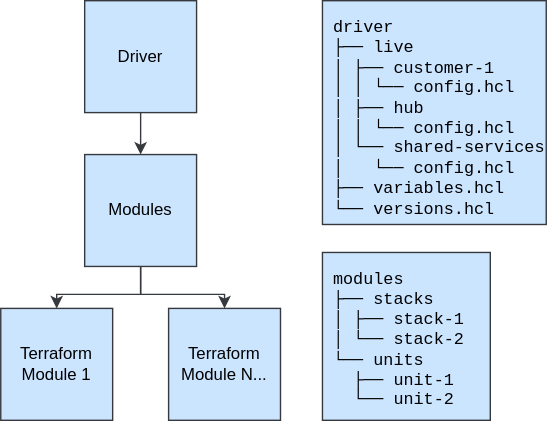
This is assets/new_repo_structure.drawio.svg from Steve-CrateDefense/git-workflow-presentation, a draw.io export, as it was before one commit. Source tidied: cells renumbered, new cells last; positions are measured from the earlier drawing's top-left corner, leaving out a move shared by most shapes. Its diagram source:
```xml
<mxGraphModel>
  <root>
    <mxCell id="0" />
    <mxCell id="1" parent="0" />
    <mxCell id="2" value="Driver" style="whiteSpace=wrap;html=1;fillColor=#cce5ff;strokeColor=#36393d;" parent="1" vertex="1">
      <mxGeometry x="60" width="80" height="80" as="geometry" />
    </mxCell>
    <mxCell id="3" style="edgeStyle=orthogonalEdgeStyle;rounded=0;jettySize=auto;html=1;exitX=0.5;exitY=1;exitDx=0;exitDy=0;entryX=0.5;entryY=0;entryDx=0;entryDy=0;fillColor=#cce5ff;strokeColor=#36393d;" parent="1" edge="1" source="5" target="6">
      <mxGeometry relative="1" as="geometry" />
    </mxCell>
    <mxCell id="4" style="edgeStyle=orthogonalEdgeStyle;rounded=0;jettySize=auto;html=1;exitX=0.5;exitY=1;exitDx=0;exitDy=0;entryX=0.5;entryY=0;entryDx=0;entryDy=0;fillColor=#cce5ff;strokeColor=#36393d;" parent="1" edge="1" source="5" target="7">
      <mxGeometry relative="1" as="geometry" />
    </mxCell>
    <mxCell id="5" value="Modules" style="whiteSpace=wrap;html=1;fillColor=#cce5ff;strokeColor=#36393d;" parent="1" vertex="1">
      <mxGeometry x="60" y="110" width="80" height="80" as="geometry" />
    </mxCell>
    <mxCell id="6" value="Terraform Module 1" style="whiteSpace=wrap;html=1;fillColor=#cce5ff;strokeColor=#36393d;" parent="1" vertex="1">
      <mxGeometry y="220" width="80" height="80" as="geometry" />
    </mxCell>
    <mxCell id="7" value="Terraform Module N..." style="whiteSpace=wrap;html=1;fillColor=#cce5ff;strokeColor=#36393d;" parent="1" vertex="1">
      <mxGeometry x="120" y="220" width="80" height="80" as="geometry" />
    </mxCell>
    <mxCell id="8" value="driver&lt;br&gt;├── live&lt;br&gt;│   ├── customer-1&lt;br&gt;│   │   └── config.hcl&lt;br&gt;│   ├── hub&lt;br&gt;│   │   └── config.hcl&lt;br&gt;│   └── shared-services&lt;br&gt;│&amp;nbsp; &amp;nbsp;└── config.hcl&lt;br&gt;├── variables.hcl&lt;br&gt;└── versions.hcl" style="text;html=1;whiteSpace=pre;fontFamily=Courier New;fontSize=12;align=left;verticalAlign=top;fillColor=#cce5ff;strokeColor=#36393d;rounded=0;spacing=8;" parent="1" vertex="1">
      <mxGeometry x="230" width="160" height="160" as="geometry" />
    </mxCell>
    <mxCell id="9" value="modules&lt;br&gt;├── stacks&lt;br&gt;│   ├── stack-1&lt;br&gt;│   └── stack-2&lt;br&gt;└── units&lt;br&gt;&amp;nbsp; ├── unit-1&lt;br&gt;&amp;nbsp; └── unit-2" style="text;html=1;whiteSpace=pre;fontFamily=Courier New;fontSize=12;align=left;verticalAlign=top;fillColor=#cce5ff;strokeColor=#36393d;rounded=0;spacing=8;" parent="1" vertex="1">
      <mxGeometry x="230" y="180" width="120" height="120" as="geometry" />
    </mxCell>
    <mxCell id="10" style="endArrow=classic;html=1;rounded=0;entryX=0.5;entryY=0;entryDx=0;entryDy=0;fillColor=#cce5ff;strokeColor=#36393d;" parent="1" edge="1" target="5">
      <mxGeometry relative="1" as="geometry">
        <mxPoint x="100" y="80" as="sourcePoint" />
      </mxGeometry>
    </mxCell>
  </root>
</mxGraphModel>
```
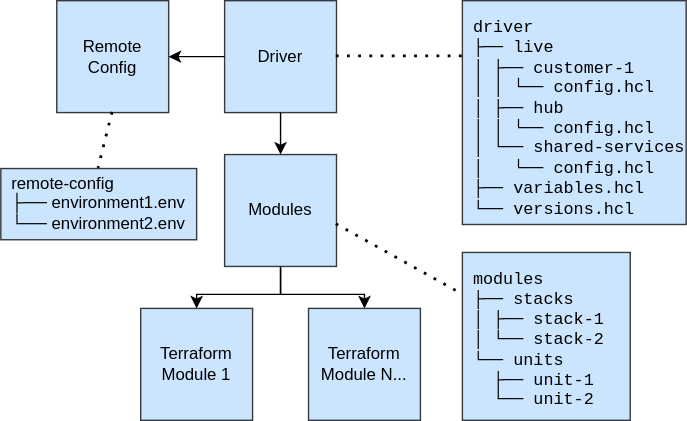
The same file after the commit.

Commit message:
chore: add remote config repo and update some drawing and language

What changed in the source:
```diff
@@ -31,5 +31,31 @@
         <mxPoint x="100" y="80" as="sourcePoint" />
       </mxGeometry>
     </mxCell>
+    <mxCell id="11" value="Remote Config" style="whiteSpace=wrap;html=1;fillColor=#cce5ff;strokeColor=#36393d;" parent="1" vertex="1">
+      <mxGeometry x="-60" width="80" height="80" as="geometry" />
+    </mxCell>
+    <mxCell id="12" style="endArrow=classic;html=1;rounded=0;entryX=1;entryY=0.5;entryDx=0;entryDy=0;" parent="1" edge="1" target="11">
+      <mxGeometry relative="1" as="geometry">
+        <mxPoint x="60" y="40" as="sourcePoint" />
+      </mxGeometry>
+    </mxCell>
+    <mxCell id="13" style="endArrow=none;dashed=1;html=1;dashPattern=1 3;strokeWidth=2;rounded=0;entryX=0;entryY=0.25;entryDx=0;entryDy=0;" parent="1" edge="1" target="8">
+      <mxGeometry relative="1" as="geometry">
+        <mxPoint x="140" y="40" as="sourcePoint" />
+      </mxGeometry>
+    </mxCell>
+    <mxCell id="14" style="endArrow=none;dashed=1;html=1;dashPattern=1 3;strokeWidth=2;rounded=0;entryX=0;entryY=0.25;entryDx=0;entryDy=0;" parent="1" edge="1" target="9">
+      <mxGeometry relative="1" as="geometry">
+        <mxPoint x="140" y="160" as="sourcePoint" />
+      </mxGeometry>
+    </mxCell>
+    <mxCell id="15" value="&lt;div align=&quot;left&quot;&gt;remote-config&lt;/div&gt;&lt;div&gt;├── environment1.env&lt;/div&gt;└── environment2.env" style="whiteSpace=wrap;html=1;fillColor=#cce5ff;strokeColor=#36393d;" parent="1" vertex="1">
+      <mxGeometry x="-100" y="120" width="140" height="50.9" as="geometry" />
+    </mxCell>
+    <mxCell id="16" style="endArrow=none;dashed=1;html=1;dashPattern=1 3;strokeWidth=2;rounded=0;entryX=0.5;entryY=0;entryDx=0;entryDy=0;" parent="1" edge="1" target="15">
+      <mxGeometry relative="1" as="geometry">
+        <mxPoint x="-20" y="80" as="sourcePoint" />
+      </mxGeometry>
+    </mxCell>
   </root>
 </mxGraphModel>
```
